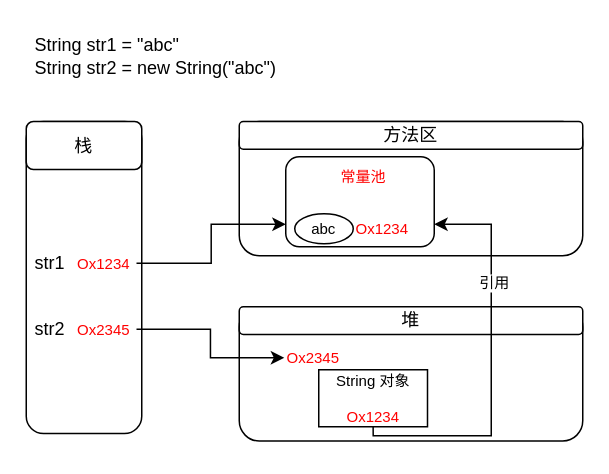
The draw.io diagram string.drawio in SoulmateFe/draw-io, before the edit. Source tidied: cells renumbered, new cells numbered last; positions are measured from the earlier drawing's top-left corner, leaving out a move shared by most shapes. Both pictures are drawn from the tidied source at 150%, with x=0, y=0 at pixel (26, 26).
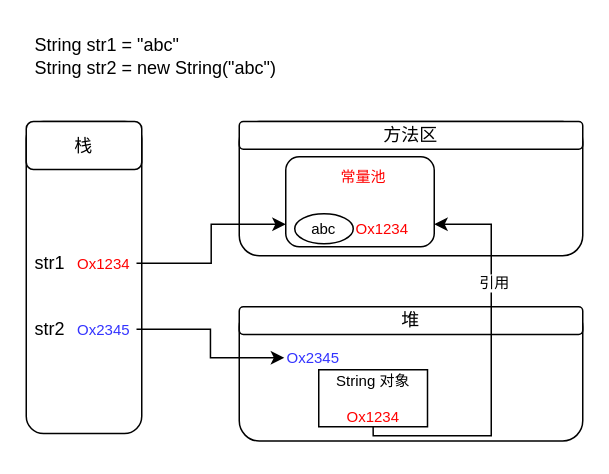
After the change.

Change to the diagram source:
```diff
@@
-    <mxCell id="6" value="str2&lt;font color=&quot;#ff0000&quot; style=&quot;font-size: 10px&quot;&gt;&amp;nbsp; &amp;nbsp;&lt;/font&gt;&lt;span style=&quot;color: rgb(255 , 0 , 0) ; font-size: 10px&quot;&gt;Ox2345&lt;/span&gt;" style="text;html=1;strokeColor=none;fillColor=none;align=left;verticalAlign=middle;whiteSpace=wrap;rounded=0;" parent="1" vertex="1">
+    <mxCell id="6" value="str2&lt;font color=&quot;#ff0000&quot; style=&quot;font-size: 10px&quot;&gt;&amp;nbsp; &amp;nbsp;&lt;/font&gt;&lt;span style=&quot;font-size: 10px&quot;&gt;&lt;font color=&quot;#3333ff&quot;&gt;Ox2345&lt;/font&gt;&lt;/span&gt;" style="text;html=1;strokeColor=none;fillColor=none;align=left;verticalAlign=middle;whiteSpace=wrap;rounded=0;" parent="1" vertex="1">
       <mxGeometry x="3.5" y="187" width="70" height="30" as="geometry" />
     </mxCell>
@@
-    <mxCell id="18" value="&lt;span style=&quot;color: rgb(255 , 0 , 0) ; font-size: 10px&quot;&gt;Ox2345&lt;/span&gt;" style="text;html=1;strokeColor=none;fillColor=none;align=left;verticalAlign=middle;whiteSpace=wrap;rounded=0;" parent="1" vertex="1">
+    <mxCell id="18" value="&lt;span style=&quot;font-size: 10px&quot;&gt;&lt;font color=&quot;#3333ff&quot;&gt;Ox2345&lt;/font&gt;&lt;/span&gt;" style="text;html=1;strokeColor=none;fillColor=none;align=left;verticalAlign=middle;whiteSpace=wrap;rounded=0;" parent="1" vertex="1">
       <mxGeometry x="172" y="211" width="40" height="20" as="geometry" />
     </mxCell>
```
